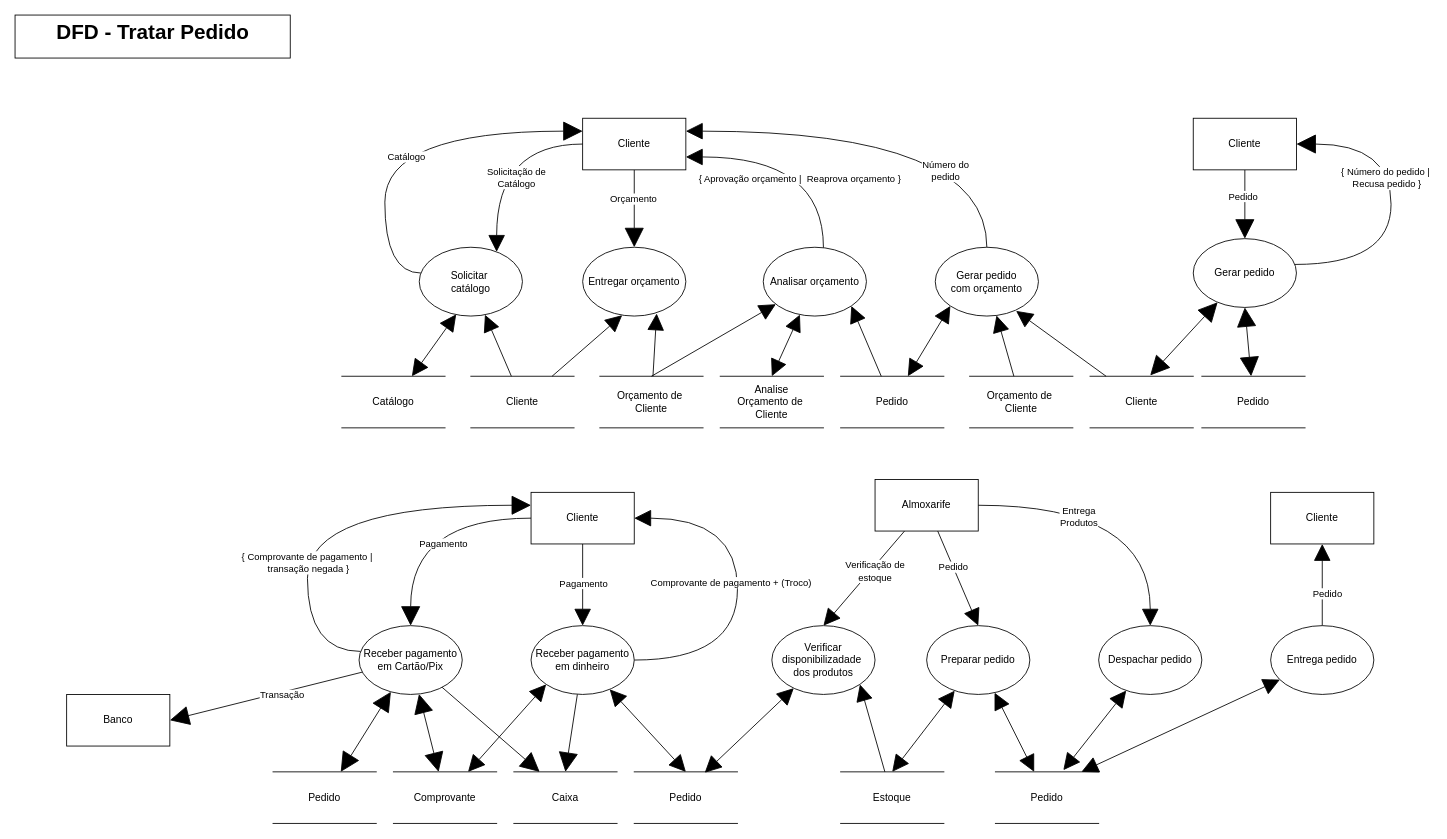
Earlier version of the draw.io diagram Documentation/DFD Essencial para cada Capacidade/DFD Tratar Pedido.drawio (Systematicos/FindingApp). Source tidied: cells renumbered, new cells numbered last; positions are measured from the earlier drawing's top-left corner, leaving out a move shared by most shapes. Both pictures are drawn from the tidied source at 86%, with x=0, y=0 at pixel (15, 15).
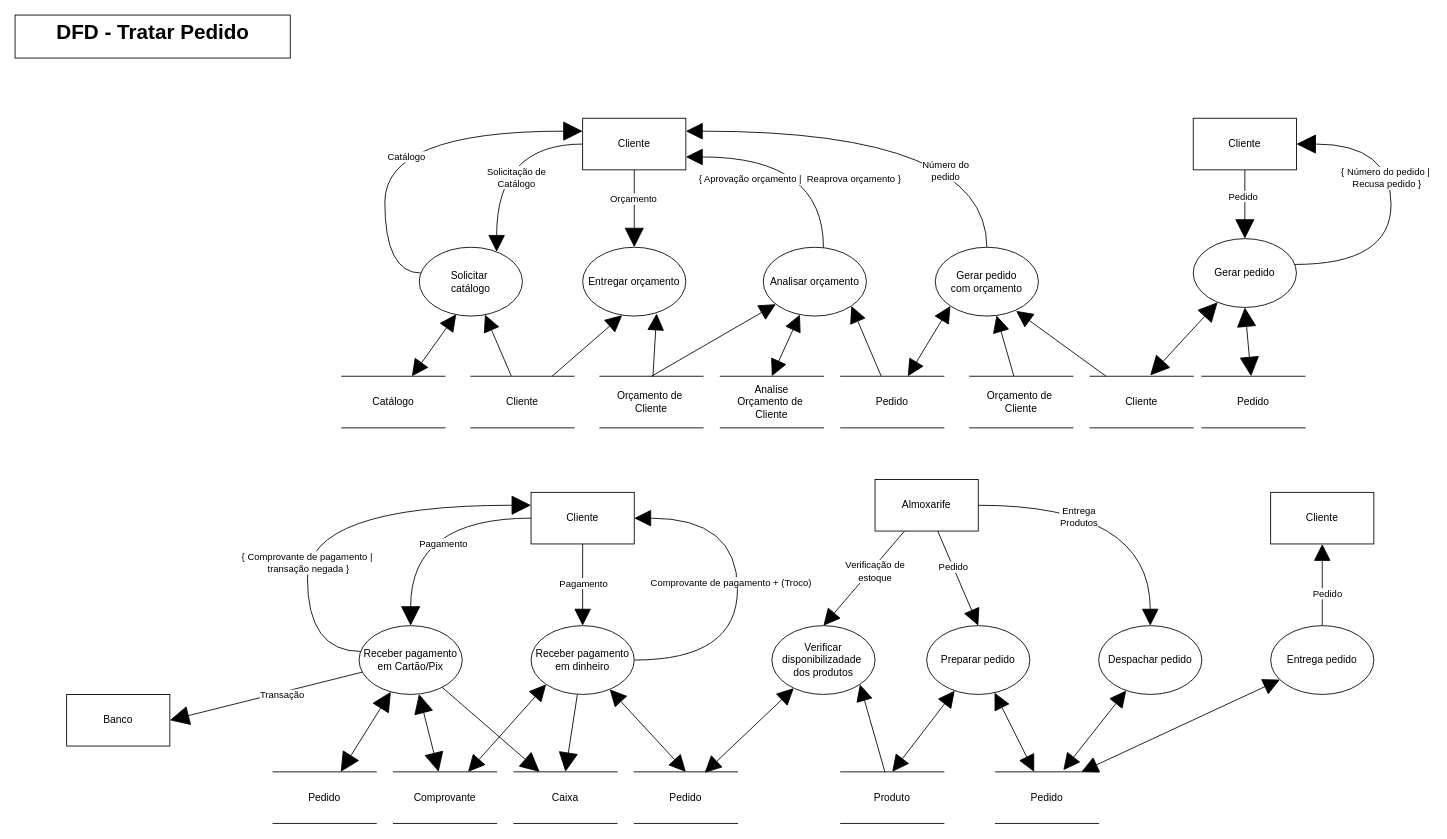
Above is the later version.

Commit message (it also covers changes not shown here):
Art 20. pronto, alteração no DFD Tratar Pedido

Change to the diagram source:
```diff
@@
-    <mxCell id="55" value="Estoque" style="shape=partialRectangle;whiteSpace=wrap;html=1;left=0;right=0;fillColor=none;" parent="1" vertex="1">
+    <mxCell id="55" value="Produto" style="shape=partialRectangle;whiteSpace=wrap;html=1;left=0;right=0;fillColor=none;" parent="1" vertex="1">
       <mxGeometry x="960" y="880" width="120" height="60" as="geometry" />
     </mxCell>
```
